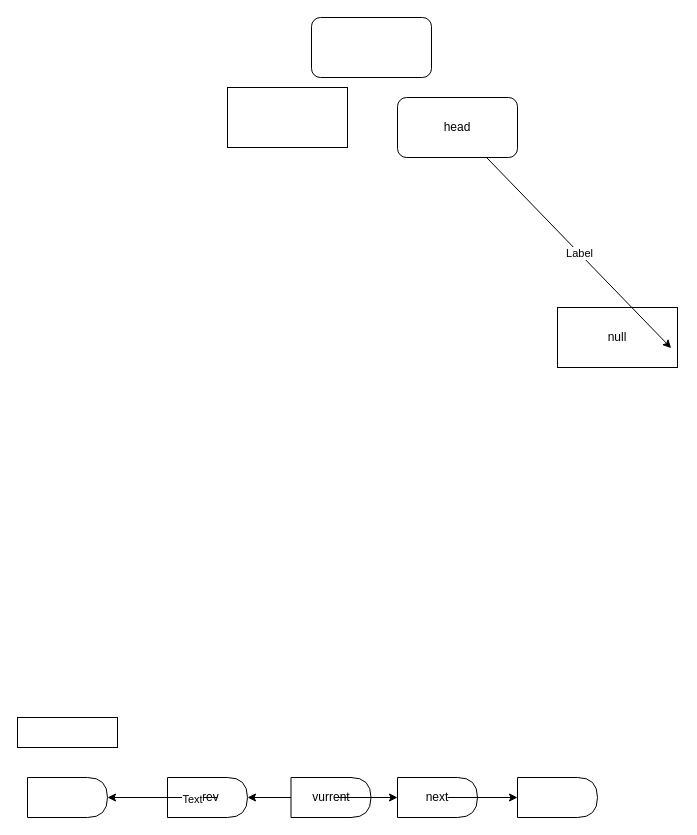
Earlier version of the draw.io diagram list.drawio (drik-adcalm/leetcode). Source tidied: cells renumbered, new cells numbered last; positions are measured from the earlier drawing's top-left corner, leaving out a move shared by most shapes. Both pictures are drawn from the tidied source at 100%, with x=0, y=0 at pixel (17, 17).
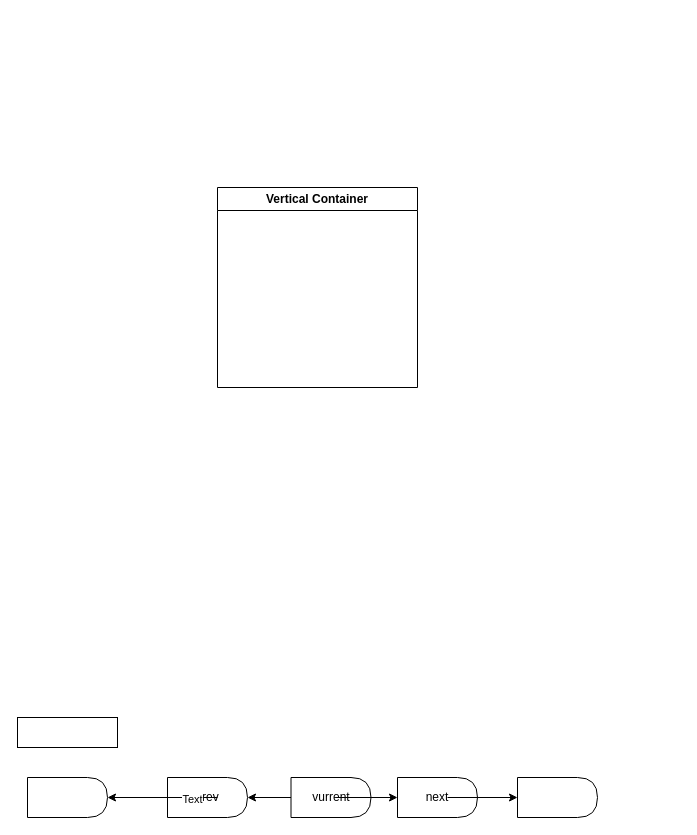
The same diagram, later.

Diff of the diagram source:
```diff
@@
-    <mxCell id="13" value="null" style="rounded=0;whiteSpace=wrap;html=1;" parent="1" vertex="1">
-      <mxGeometry x="540" y="290" width="120" height="60" as="geometry" />
-    </mxCell>
-    <mxCell id="14" style="rounded=0;whiteSpace=wrap;html=1;" parent="1" vertex="1">
-      <mxGeometry x="210" y="70" width="120" height="60" as="geometry" />
-    </mxCell>
-    <mxCell id="15" style="rounded=1;whiteSpace=wrap;html=1;" parent="1" vertex="1">
-      <mxGeometry x="294" width="120" height="60" as="geometry" />
-    </mxCell>
-    <mxCell id="16" value="head" style="rounded=1;whiteSpace=wrap;html=1;" parent="1" vertex="1">
-      <mxGeometry x="380" y="80" width="120" height="60" as="geometry" />
-    </mxCell>
-    <mxCell id="17" style="endArrow=classic;html=1;entryX=0.947;entryY=0.677;entryDx=0;entryDy=0;entryPerimeter=0;" parent="1" edge="1" source="16" target="13">
-      <mxGeometry relative="1" as="geometry" />
-    </mxCell>
-    <mxCell id="18" value="Label" style="edgeLabel;html=1;align=center;verticalAlign=middle;" parent="17" vertex="1">
-      <mxGeometry relative="1" as="geometry" />
+    <mxCell id="18" value="Vertical Container" style="swimlane;whiteSpace=wrap;html=1;" parent="1" vertex="1">
+      <mxGeometry x="200" y="170" width="200" height="200" as="geometry" />
     </mxCell>
```
